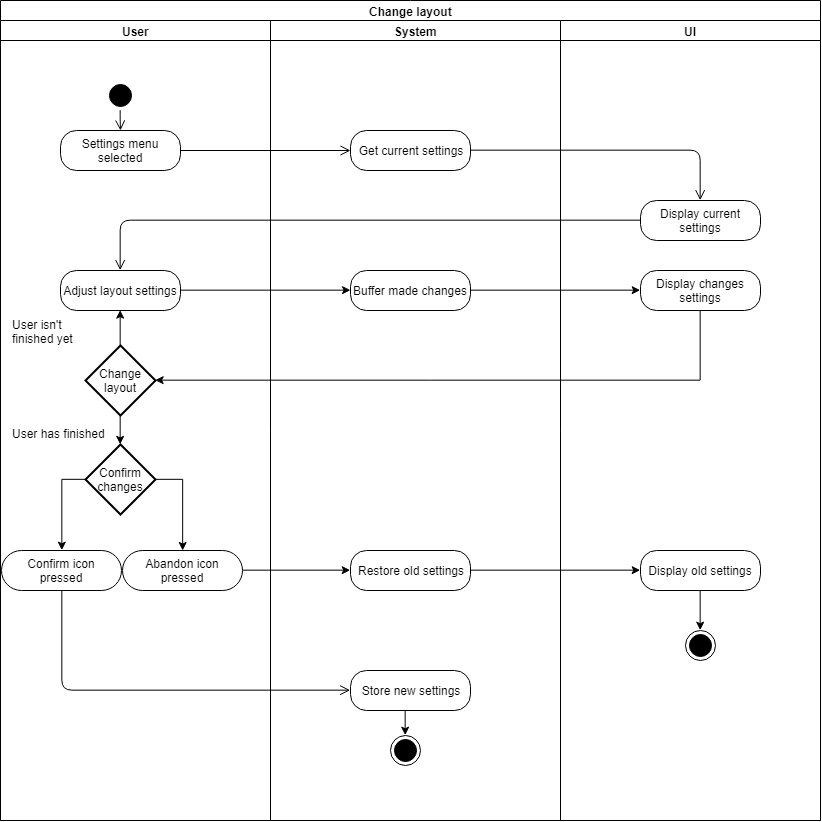
raphaelmue/dashup keeps this draw.io diagram as docs/specifications/ucs/layout/change_layout/activity_diagrams/change_layout.png. Above is the earlier version. Source tidied: cells renumbered, new cells last; positions are measured from the earlier drawing's top-left corner, leaving out a move shared by most shapes.
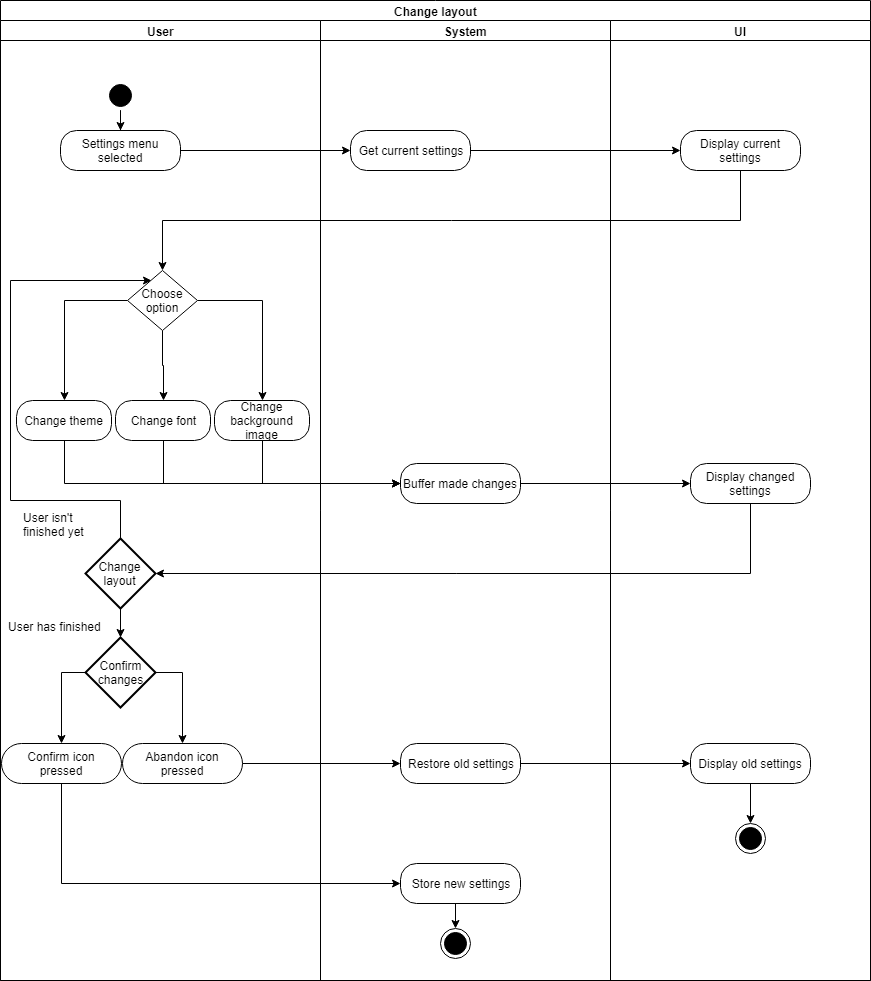
After the change.

Change to the diagram source:
```diff
@@ -11,132 +11,130 @@
     <mxCell id="4" value="&lt;font style=&quot;font-size: 18px&quot;&gt;UI&lt;/font&gt;" style="text;html=1;strokeColor=none;fillColor=none;align=center;verticalAlign=middle;whiteSpace=wrap;rounded=0;" parent="1" vertex="1">
       <mxGeometry x="700" y="20" width="40" height="20" as="geometry" />
     </mxCell>
+    <mxCell id="43" style="edgeStyle=orthogonalEdgeStyle;rounded=0;jettySize=auto;html=1;exitX=0.5;exitY=1;exitDx=0;exitDy=0;" parent="1" edge="1" source="5" target="7">
+      <mxGeometry relative="1" as="geometry" />
+    </mxCell>
     <mxCell id="5" style="ellipse;html=1;shape=startState;fillColor=#000000;strokeColor=#000000;" parent="1" vertex="1">
       <mxGeometry x="105" y="80" width="30" height="30" as="geometry" />
     </mxCell>
-    <mxCell id="6" style="edgeStyle=orthogonalEdgeStyle;html=1;verticalAlign=bottom;endArrow=open;endSize=8;strokeColor=#000000;exitX=0.5;exitY=1;exitDx=0;exitDy=0;" parent="1" edge="1" source="5">
-      <mxGeometry relative="1" as="geometry">
-        <mxPoint x="120" y="130" as="targetPoint" />
-      </mxGeometry>
-    </mxCell>
+    <mxCell id="44" style="edgeStyle=orthogonalEdgeStyle;rounded=0;jettySize=auto;html=1;exitX=1;exitY=0.5;exitDx=0;exitDy=0;entryX=0;entryY=0.5;entryDx=0;entryDy=0;" parent="1" edge="1" source="7" target="9">
+      <mxGeometry relative="1" as="geometry" />
+    </mxCell>
     <mxCell id="7" value="Settings menu selected" style="rounded=1;whiteSpace=wrap;html=1;arcSize=40;fillColor=#FFFFFF;strokeColor=#000000;" parent="1" vertex="1">
       <mxGeometry x="60" y="130" width="120" height="40" as="geometry" />
     </mxCell>
-    <mxCell id="8" style="edgeStyle=orthogonalEdgeStyle;html=1;verticalAlign=bottom;endArrow=open;endSize=8;strokeColor=#000000;" parent="1" edge="1" source="7">
-      <mxGeometry relative="1" as="geometry">
-        <mxPoint x="350" y="150" as="targetPoint" />
-      </mxGeometry>
-    </mxCell>
+    <mxCell id="45" style="edgeStyle=orthogonalEdgeStyle;rounded=0;jettySize=auto;html=1;exitX=1;exitY=0.5;exitDx=0;exitDy=0;" parent="1" edge="1" source="9" target="11">
+      <mxGeometry relative="1" as="geometry" />
+    </mxCell>
     <mxCell id="9" value="Get current settings" style="rounded=1;whiteSpace=wrap;html=1;arcSize=40;fillColor=#ffffff;strokeColor=#000000;" parent="1" vertex="1">
       <mxGeometry x="350" y="130" width="120" height="40" as="geometry" />
     </mxCell>
-    <mxCell id="10" style="edgeStyle=orthogonalEdgeStyle;html=1;verticalAlign=bottom;endArrow=open;endSize=8;strokeColor=#000000;exitX=1;exitY=0.5;exitDx=0;exitDy=0;" parent="1" edge="1" source="9">
-      <mxGeometry relative="1" as="geometry">
-        <mxPoint x="700" y="200" as="targetPoint" />
-        <Array as="points">
-          <mxPoint x="700" y="150" />
-        </Array>
-      </mxGeometry>
-    </mxCell>
-    <mxCell id="11" value="Display current settings" style="rounded=1;whiteSpace=wrap;html=1;arcSize=40;fillColor=#FFFFFF;strokeColor=#000000;gradientColor=none;" parent="1" vertex="1">
-      <mxGeometry x="640" y="200" width="120" height="40" as="geometry" />
-    </mxCell>
-    <mxCell id="12" style="edgeStyle=orthogonalEdgeStyle;html=1;verticalAlign=bottom;endArrow=open;endSize=8;strokeColor=#000000;entryX=0.5;entryY=0;entryDx=0;entryDy=0;exitX=0;exitY=0.5;exitDx=0;exitDy=0;" parent="1" edge="1" source="11" target="16">
-      <mxGeometry relative="1" as="geometry">
-        <Array as="points">
-          <mxPoint x="120" y="220" />
-        </Array>
-      </mxGeometry>
-    </mxCell>
     <mxCell id="13" value="Change layout" style="swimlane;html=1;startSize=20;" parent="1" vertex="1">
-      <mxGeometry width="820" height="820" as="geometry" />
+      <mxGeometry width="870" height="980" as="geometry" />
     </mxCell>
     <mxCell id="14" value="User" style="swimlane;html=1;startSize=20;" parent="13" vertex="1">
-      <mxGeometry y="20" width="270" height="800" as="geometry" />
+      <mxGeometry y="20" width="320" height="960" as="geometry" />
     </mxCell>
     <mxCell id="15" value="Confirm icon&lt;br&gt;pressed" style="rounded=1;whiteSpace=wrap;html=1;arcSize=50;fillColor=#FFFFFF;strokeColor=#000000;" parent="14" vertex="1">
-      <mxGeometry x="1" y="530" width="120" height="40" as="geometry" />
+      <mxGeometry x="1" y="723" width="120" height="40" as="geometry" />
     </mxCell>
-    <mxCell id="16" value="Adjust layout settings" style="rounded=1;whiteSpace=wrap;html=1;arcSize=40;fillColor=#FFFFFF;strokeColor=#000000;" parent="14" vertex="1">
-      <mxGeometry x="60" y="250" width="120" height="40" as="geometry" />
-    </mxCell>
-    <mxCell id="17" style="edgeStyle=orthogonalEdgeStyle;rounded=0;jettySize=auto;html=1;exitX=0.5;exitY=0;exitDx=0;exitDy=0;exitPerimeter=0;entryX=0.5;entryY=1;entryDx=0;entryDy=0;strokeColor=#000000;" parent="14" edge="1" source="18" target="16">
-      <mxGeometry relative="1" as="geometry" />
+    <mxCell id="17" style="edgeStyle=orthogonalEdgeStyle;rounded=0;jettySize=auto;html=1;exitX=0.5;exitY=0;exitDx=0;exitDy=0;exitPerimeter=0;entryX=0.339;entryY=0.163;entryDx=0;entryDy=0;strokeColor=#000000;entryPerimeter=0;" parent="14" edge="1" source="18" target="49">
+      <mxGeometry relative="1" as="geometry">
+        <Array as="points">
+          <mxPoint x="120" y="480" />
+          <mxPoint x="10" y="480" />
+          <mxPoint x="10" y="260" />
+          <mxPoint x="145" y="260" />
+        </Array>
+      </mxGeometry>
     </mxCell>
     <mxCell id="18" value="Change layout" style="strokeWidth=2;html=1;shape=mxgraph.flowchart.decision;whiteSpace=wrap;fillColor=#FFFFFF;" parent="14" vertex="1">
-      <mxGeometry x="85" y="325" width="70" height="70" as="geometry" />
+      <mxGeometry x="85" y="518" width="70" height="70" as="geometry" />
     </mxCell>
-    <mxCell id="19" value="User has finished" style="text;html=1;align=left;verticalAlign=top;spacingTop=-4;" parent="14" vertex="1">
-      <mxGeometry x="10" y="404" width="110" height="20" as="geometry" />
-    </mxCell>
-    <mxCell id="20" value="User isn't &lt;br&gt;finished yet" style="text;html=1;align=left;verticalAlign=top;spacingTop=-4;" parent="14" vertex="1">
-      <mxGeometry x="10" y="295" width="80" height="30" as="geometry" />
-    </mxCell>
     <mxCell id="21" style="edgeStyle=orthogonalEdgeStyle;rounded=0;jettySize=auto;html=1;exitX=0.5;exitY=0;exitDx=0;exitDy=0;exitPerimeter=0;" parent="14" edge="1" source="23" target="25">
       <mxGeometry relative="1" as="geometry" />
     </mxCell>
-    <mxCell id="22" style="edgeStyle=orthogonalEdgeStyle;rounded=0;jettySize=auto;html=1;exitX=0.5;exitY=1;exitDx=0;exitDy=0;exitPerimeter=0;entryX=0.5;entryY=0;entryDx=0;entryDy=0;" parent="14" edge="1" source="23" target="15">
-      <mxGeometry relative="1" as="geometry" />
+    <mxCell id="22" style="edgeStyle=orthogonalEdgeStyle;rounded=0;jettySize=auto;html=1;exitX=0.5;exitY=1;exitDx=0;exitDy=0;exitPerimeter=0;entryX=0.5;entryY=0;entryDx=0;entryDy=0;" parent="14" edge="1" source="23">
+      <mxGeometry relative="1" as="geometry">
+        <mxPoint x="61" y="723" as="targetPoint" />
+      </mxGeometry>
     </mxCell>
     <mxCell id="23" value="Confirm&lt;br&gt;changes&lt;br&gt;" style="strokeWidth=2;html=1;shape=mxgraph.flowchart.decision;whiteSpace=wrap;fillColor=#FFFFFF;direction=south;" parent="14" vertex="1">
-      <mxGeometry x="85" y="424" width="70" height="70" as="geometry" />
+      <mxGeometry x="85" y="617" width="70" height="70" as="geometry" />
     </mxCell>
     <mxCell id="24" style="edgeStyle=orthogonalEdgeStyle;rounded=0;jettySize=auto;html=1;exitX=0.5;exitY=1;exitDx=0;exitDy=0;exitPerimeter=0;entryX=0;entryY=0.5;entryDx=0;entryDy=0;strokeColor=#000000;entryPerimeter=0;" parent="14" edge="1" source="18" target="23">
       <mxGeometry relative="1" as="geometry" />
     </mxCell>
     <mxCell id="25" value="Abandon icon&lt;br&gt;pressed" style="rounded=1;whiteSpace=wrap;html=1;arcSize=50;fillColor=#FFFFFF;strokeColor=#000000;" parent="14" vertex="1">
-      <mxGeometry x="122" y="530" width="120" height="40" as="geometry" />
+      <mxGeometry x="122" y="723" width="120" height="40" as="geometry" />
     </mxCell>
+    <mxCell id="46" style="edgeStyle=orthogonalEdgeStyle;rounded=0;jettySize=auto;html=1;exitX=0;exitY=0.5;exitDx=0;exitDy=0;exitPerimeter=0;entryX=0.5;entryY=0;entryDx=0;entryDy=0;" parent="14" edge="1" source="49" target="50">
+      <mxGeometry relative="1" as="geometry" />
+    </mxCell>
+    <mxCell id="47" style="edgeStyle=orthogonalEdgeStyle;rounded=0;jettySize=auto;html=1;exitX=0.5;exitY=1;exitDx=0;exitDy=0;exitPerimeter=0;entryX=0.5;entryY=0;entryDx=0;entryDy=0;" parent="14" edge="1" source="49" target="51">
+      <mxGeometry relative="1" as="geometry" />
+    </mxCell>
+    <mxCell id="48" style="edgeStyle=orthogonalEdgeStyle;rounded=0;jettySize=auto;html=1;exitX=1;exitY=0.5;exitDx=0;exitDy=0;exitPerimeter=0;" parent="14" edge="1" source="49" target="52">
+      <mxGeometry relative="1" as="geometry" />
+    </mxCell>
+    <mxCell id="49" value="Choose&lt;br&gt;option&lt;br&gt;" style="strokeWidth=1;html=1;shape=mxgraph.flowchart.decision;whiteSpace=wrap;fillColor=#FFFFFF;strokeColor=#000000;" parent="14" vertex="1">
+      <mxGeometry x="127" y="250" width="70" height="60" as="geometry" />
+    </mxCell>
+    <mxCell id="50" value="Change theme" style="rounded=1;whiteSpace=wrap;html=1;arcSize=40;fontColor=#000000;fillColor=#ffffff;strokeColor=#000000;" parent="14" vertex="1">
+      <mxGeometry x="16" y="380" width="95" height="40" as="geometry" />
+    </mxCell>
+    <mxCell id="51" value="Change font" style="rounded=1;whiteSpace=wrap;html=1;arcSize=40;fontColor=#000000;fillColor=#ffffff;strokeColor=#000000;" parent="14" vertex="1">
+      <mxGeometry x="115" y="380" width="95" height="40" as="geometry" />
+    </mxCell>
+    <mxCell id="52" value="Change background image" style="rounded=1;whiteSpace=wrap;html=1;arcSize=40;fontColor=#000000;fillColor=#ffffff;strokeColor=#000000;" parent="14" vertex="1">
+      <mxGeometry x="214" y="380" width="95" height="40" as="geometry" />
+    </mxCell>
+    <mxCell id="19" value="User has finished" style="text;html=1;align=left;verticalAlign=top;spacingTop=-4;" parent="14" vertex="1">
+      <mxGeometry x="6" y="597" width="110" height="20" as="geometry" />
+    </mxCell>
     <mxCell id="26" value="System" style="swimlane;html=1;startSize=20;" parent="13" vertex="1">
-      <mxGeometry x="270" y="20" width="290" height="800" as="geometry" />
+      <mxGeometry x="320" y="20" width="290" height="960" as="geometry" />
     </mxCell>
     <mxCell id="27" style="edgeStyle=orthogonalEdgeStyle;rounded=0;jettySize=auto;html=1;exitX=0.5;exitY=1;exitDx=0;exitDy=0;entryX=0.5;entryY=0;entryDx=0;entryDy=0;" parent="26" edge="1" source="28" target="31">
       <mxGeometry relative="1" as="geometry" />
     </mxCell>
     <mxCell id="28" value="Store new settings" style="rounded=1;whiteSpace=wrap;html=1;arcSize=40;fillColor=#FFFFFF;strokeColor=#000000;" parent="26" vertex="1">
-      <mxGeometry x="80" y="650" width="120" height="40" as="geometry" />
+      <mxGeometry x="80" y="843" width="120" height="40" as="geometry" />
     </mxCell>
     <mxCell id="29" value="Buffer made changes" style="rounded=1;whiteSpace=wrap;html=1;arcSize=40;fillColor=#FFFFFF;strokeColor=#000000;" parent="26" vertex="1">
-      <mxGeometry x="80" y="250" width="120" height="40" as="geometry" />
+      <mxGeometry x="80" y="443" width="120" height="40" as="geometry" />
     </mxCell>
     <mxCell id="30" value="Restore old settings" style="rounded=1;whiteSpace=wrap;html=1;arcSize=40;fillColor=#FFFFFF;strokeColor=#000000;" parent="26" vertex="1">
-      <mxGeometry x="80" y="530" width="120" height="40" as="geometry" />
+      <mxGeometry x="80" y="723" width="120" height="40" as="geometry" />
     </mxCell>
     <mxCell id="31" style="ellipse;html=1;shape=endState;fillColor=#000000;strokeColor=#000000;" parent="26" vertex="1">
-      <mxGeometry x="120" y="715" width="30" height="30" as="geometry" />
+      <mxGeometry x="120" y="908" width="30" height="30" as="geometry" />
     </mxCell>
     <mxCell id="32" value="UI" style="swimlane;html=1;startSize=20;" parent="13" vertex="1">
-      <mxGeometry x="560" y="20" width="260" height="800" as="geometry" />
+      <mxGeometry x="610" y="20" width="260" height="960" as="geometry" />
     </mxCell>
-    <mxCell id="33" value="Display changes settings" style="rounded=1;whiteSpace=wrap;html=1;arcSize=40;fillColor=#FFFFFF;strokeColor=#000000;" parent="32" vertex="1">
-      <mxGeometry x="80" y="250" width="120" height="40" as="geometry" />
+    <mxCell id="33" value="Display changed settings" style="rounded=1;whiteSpace=wrap;html=1;arcSize=40;fillColor=#FFFFFF;strokeColor=#000000;" parent="32" vertex="1">
+      <mxGeometry x="80" y="443" width="120" height="40" as="geometry" />
     </mxCell>
     <mxCell id="34" value="Display old settings" style="rounded=1;whiteSpace=wrap;html=1;arcSize=40;fillColor=#FFFFFF;strokeColor=#000000;" parent="32" vertex="1">
-      <mxGeometry x="80" y="530" width="120" height="40" as="geometry" />
+      <mxGeometry x="80" y="723" width="120" height="40" as="geometry" />
     </mxCell>
     <mxCell id="35" style="ellipse;html=1;shape=endState;fillColor=#000000;strokeColor=#000000;" parent="32" vertex="1">
-      <mxGeometry x="125" y="610" width="30" height="30" as="geometry" />
+      <mxGeometry x="125" y="803" width="30" height="30" as="geometry" />
     </mxCell>
     <mxCell id="36" style="edgeStyle=orthogonalEdgeStyle;rounded=0;jettySize=auto;html=1;exitX=0.5;exitY=1;exitDx=0;exitDy=0;entryX=0.5;entryY=0;entryDx=0;entryDy=0;" parent="32" edge="1" source="34" target="35">
       <mxGeometry relative="1" as="geometry">
         <Array as="points">
-          <mxPoint x="140" y="610" />
+          <mxPoint x="140" y="803" />
         </Array>
       </mxGeometry>
     </mxCell>
-    <mxCell id="37" style="edgeStyle=orthogonalEdgeStyle;html=1;align=left;verticalAlign=top;endArrow=open;endSize=8;strokeColor=#000000;exitX=0.5;exitY=1;exitDx=0;exitDy=0;entryX=0;entryY=0.5;entryDx=0;entryDy=0;" parent="13" edge="1" source="15" target="28">
-      <mxGeometry x="-1" relative="1" as="geometry">
-        <Array as="points">
-          <mxPoint x="61" y="690" />
-        </Array>
-      </mxGeometry>
-    </mxCell>
+    <mxCell id="11" value="Display current settings" style="rounded=1;whiteSpace=wrap;html=1;arcSize=40;fillColor=#FFFFFF;strokeColor=#000000;gradientColor=none;" parent="32" vertex="1">
+      <mxGeometry x="70" y="110" width="120" height="40" as="geometry" />
+    </mxCell>
     <mxCell id="38" style="edgeStyle=orthogonalEdgeStyle;rounded=0;jettySize=auto;html=1;exitX=1;exitY=0.5;exitDx=0;exitDy=0;entryX=0;entryY=0.5;entryDx=0;entryDy=0;" parent="13" edge="1" source="25" target="30">
       <mxGeometry relative="1" as="geometry" />
     </mxCell>
-    <mxCell id="39" style="edgeStyle=orthogonalEdgeStyle;rounded=0;jettySize=auto;html=1;exitX=1;exitY=0.5;exitDx=0;exitDy=0;" parent="13" edge="1" source="16" target="29">
-      <mxGeometry relative="1" as="geometry" />
-    </mxCell>
     <mxCell id="40" style="edgeStyle=orthogonalEdgeStyle;rounded=0;jettySize=auto;html=1;exitX=1;exitY=0.5;exitDx=0;exitDy=0;entryX=0;entryY=0.5;entryDx=0;entryDy=0;" parent="13" edge="1" source="30" target="34">
       <mxGeometry relative="1" as="geometry" />
     </mxCell>
@@ -146,5 +144,23 @@
     <mxCell id="42" style="edgeStyle=orthogonalEdgeStyle;rounded=0;jettySize=auto;html=1;exitX=0.5;exitY=1;exitDx=0;exitDy=0;entryX=1;entryY=0.5;entryDx=0;entryDy=0;entryPerimeter=0;" parent="13" edge="1" source="33" target="18">
       <mxGeometry relative="1" as="geometry" />
     </mxCell>
+    <mxCell id="53" style="edgeStyle=orthogonalEdgeStyle;rounded=0;jettySize=auto;html=1;exitX=0.5;exitY=1;exitDx=0;exitDy=0;entryX=0.5;entryY=0;entryDx=0;entryDy=0;entryPerimeter=0;" parent="13" edge="1" source="11" target="49">
+      <mxGeometry relative="1" as="geometry" />
+    </mxCell>
+    <mxCell id="54" style="edgeStyle=orthogonalEdgeStyle;rounded=0;jettySize=auto;html=1;exitX=0.5;exitY=1;exitDx=0;exitDy=0;entryX=0;entryY=0.5;entryDx=0;entryDy=0;" parent="13" edge="1" source="50" target="29">
+      <mxGeometry relative="1" as="geometry" />
+    </mxCell>
+    <mxCell id="55" style="edgeStyle=orthogonalEdgeStyle;rounded=0;jettySize=auto;html=1;exitX=0.5;exitY=1;exitDx=0;exitDy=0;entryX=0;entryY=0.5;entryDx=0;entryDy=0;" parent="13" edge="1" source="52" target="29">
+      <mxGeometry relative="1" as="geometry" />
+    </mxCell>
+    <mxCell id="56" style="edgeStyle=orthogonalEdgeStyle;rounded=0;jettySize=auto;html=1;exitX=0.5;exitY=1;exitDx=0;exitDy=0;entryX=0;entryY=0.5;entryDx=0;entryDy=0;" parent="13" edge="1" source="51" target="29">
+      <mxGeometry relative="1" as="geometry" />
+    </mxCell>
+    <mxCell id="37" style="edgeStyle=orthogonalEdgeStyle;rounded=0;jettySize=auto;html=1;exitX=0.5;exitY=1;exitDx=0;exitDy=0;entryX=0;entryY=0.5;entryDx=0;entryDy=0;" parent="13" edge="1" source="15" target="28">
+      <mxGeometry relative="1" as="geometry" />
+    </mxCell>
+    <mxCell id="20" value="User isn't &lt;br&gt;finished yet" style="text;html=1;align=left;verticalAlign=top;spacingTop=-4;" parent="1" vertex="1">
+      <mxGeometry x="21" y="508" width="80" height="30" as="geometry" />
+    </mxCell>
   </root>
 </mxGraphModel>
```
